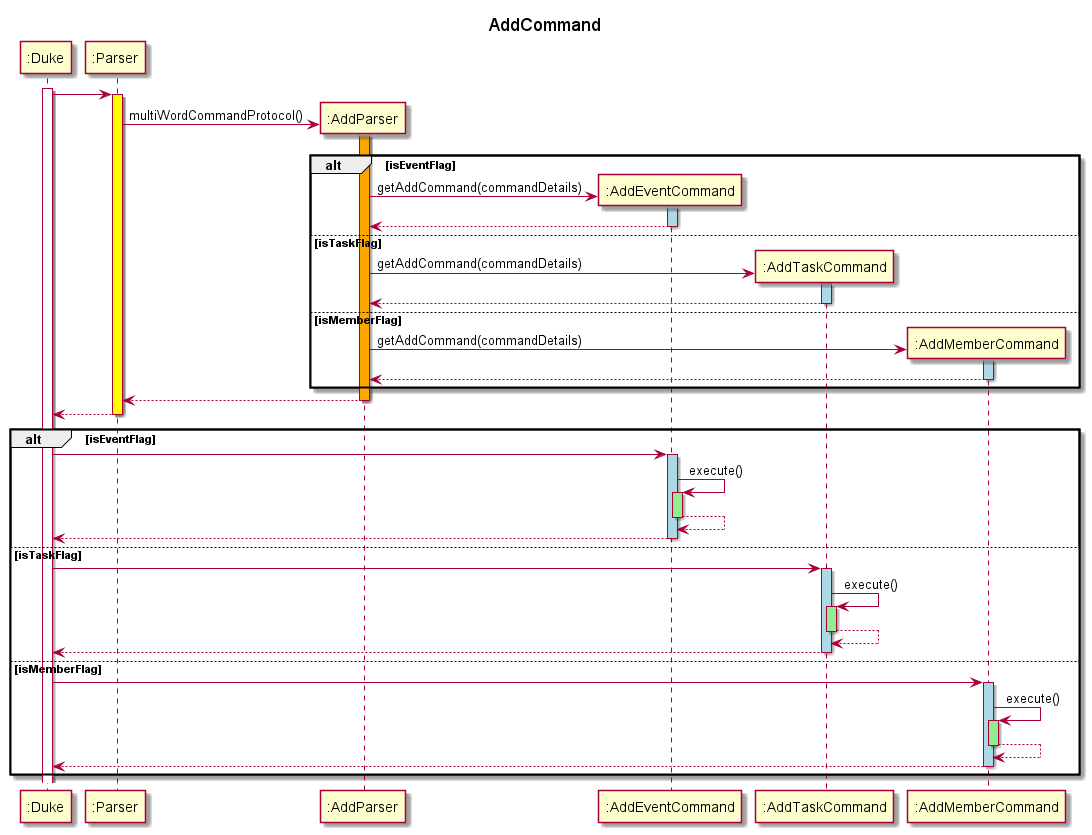
The PlantUML diagram docs/images/AddDiagram.png in nus-cs2113-AY2122S1/tp, before a commit. The source it was exported from:
```plantuml
@startuml
title AddCommand

participant ":Duke" as Duke
activate Duke

participant ":Parser" as Parser
Duke -> Parser
activate Parser #yellow
create ":AddParser" as AddParser
Parser -> AddParser: multiWordCommandProtocol()
activate AddParser #orange

alt isEventFlag
create ":AddEventCommand" as AddEventCommand
AddParser -> AddEventCommand: getAddCommand(commandDetails)
activate AddEventCommand #lightblue
return

else isTaskFlag
create ":AddTaskCommand" as AddTaskCommand
AddParser -> AddTaskCommand: getAddCommand(commandDetails)
activate AddTaskCommand #lightblue
return

else isMemberFlag
create ":AddMemberCommand" as AddMemberCommand
AddParser -> AddMemberCommand: getAddCommand(commandDetails)
activate AddMemberCommand #lightblue
return
end

return
return

alt isEventFlag
Duke -> AddEventCommand
activate AddEventCommand #lightblue
AddEventCommand -> AddEventCommand: execute()
activate AddEventCommand #lightgreen
return
return

else isTaskFlag
Duke -> AddTaskCommand
activate AddTaskCommand #lightblue
AddTaskCommand -> AddTaskCommand: execute()
activate AddTaskCommand #lightgreen
return
return

else isMemberFlag
Duke -> AddMemberCommand
activate AddMemberCommand #lightblue
AddMemberCommand -> AddMemberCommand: execute()
activate AddMemberCommand #lightgreen
return
return
end

@enduml
```
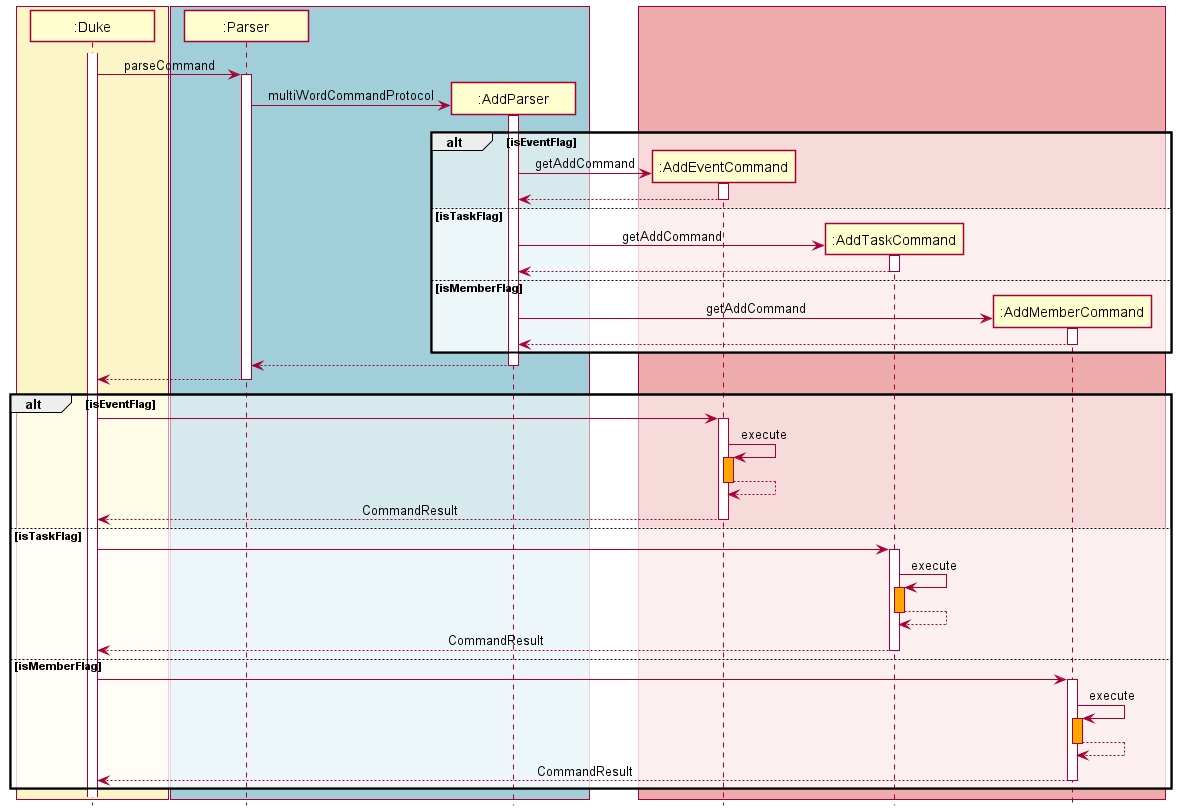
Above is the later version.

The edit, as a diff of the source:
```diff
@@ -1,61 +1,66 @@
 @startuml
-title AddCommand
+!include style.puml
+box DUKE_COLOR
+Participant ":Duke" as Duke
+end box
+activate Duke
+box BLUE_COLOR
+Participant ":Parser" as Parser
 
-participant ":Duke" as Duke
-activate Duke
+Duke -> Parser :parseCommand
+create ":AddParser" as AddParser
+activate Parser
+create ":AddParser" as AddParser
+end box
+Parser -> AddParser: multiWordCommandProtocol
+activate AddParser
 
-participant ":Parser" as Parser
-Duke -> Parser
-activate Parser #yellow
-create ":AddParser" as AddParser
-Parser -> AddParser: multiWordCommandProtocol()
-activate AddParser #orange
-
+box LOGIC_COLOR
 alt isEventFlag
 create ":AddEventCommand" as AddEventCommand
-AddParser -> AddEventCommand: getAddCommand(commandDetails)
-activate AddEventCommand #lightblue
+AddParser -> AddEventCommand: getAddCommand
+activate AddEventCommand
 return
 
 else isTaskFlag
 create ":AddTaskCommand" as AddTaskCommand
-AddParser -> AddTaskCommand: getAddCommand(commandDetails)
-activate AddTaskCommand #lightblue
+AddParser -> AddTaskCommand: getAddCommand
+activate AddTaskCommand
 return
 
 else isMemberFlag
 create ":AddMemberCommand" as AddMemberCommand
-AddParser -> AddMemberCommand: getAddCommand(commandDetails)
-activate AddMemberCommand #lightblue
+AddParser -> AddMemberCommand: getAddCommand
+activate AddMemberCommand
 return
 end
-
+end box
 return
 return
 
 alt isEventFlag
 Duke -> AddEventCommand
-activate AddEventCommand #lightblue
-AddEventCommand -> AddEventCommand: execute()
-activate AddEventCommand #lightgreen
+activate AddEventCommand
+AddEventCommand -> AddEventCommand: execute
+activate AddEventCommand #orange
 return
-return
+return CommandResult
 
 else isTaskFlag
 Duke -> AddTaskCommand
-activate AddTaskCommand #lightblue
-AddTaskCommand -> AddTaskCommand: execute()
-activate AddTaskCommand #lightgreen
+activate AddTaskCommand
+AddTaskCommand -> AddTaskCommand: execute
+activate AddTaskCommand #orange
 return
-return
+return CommandResult
 
 else isMemberFlag
 Duke -> AddMemberCommand
-activate AddMemberCommand #lightblue
-AddMemberCommand -> AddMemberCommand: execute()
-activate AddMemberCommand #lightgreen
+activate AddMemberCommand
+AddMemberCommand -> AddMemberCommand: execute
+activate AddMemberCommand #orange
 return
-return
+return CommandResult
 end
 
 @enduml
```
